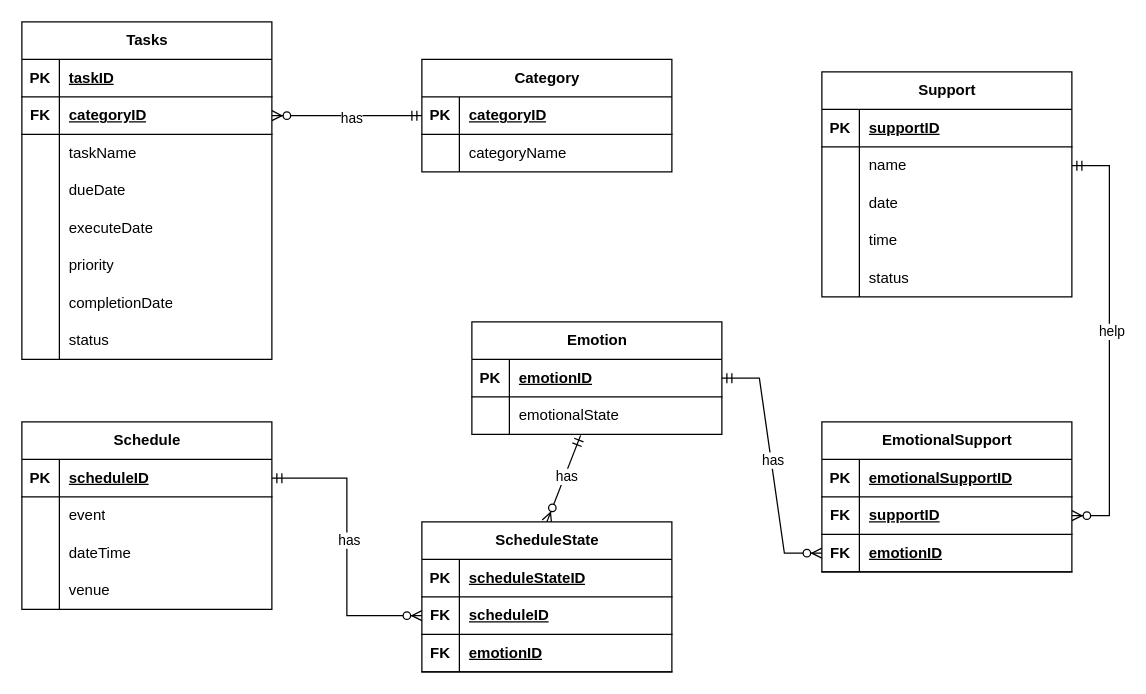
Above: Database Structure.drawio in CheyenneChoong/Daily-Management (draw.io), before the change. Source tidied: cells renumbered, new cells numbered last; positions are measured from the earlier drawing's top-left corner, leaving out a move shared by most shapes. Both pictures are drawn from the tidied source at 125%, with x=0, y=0 at pixel (21, 21).
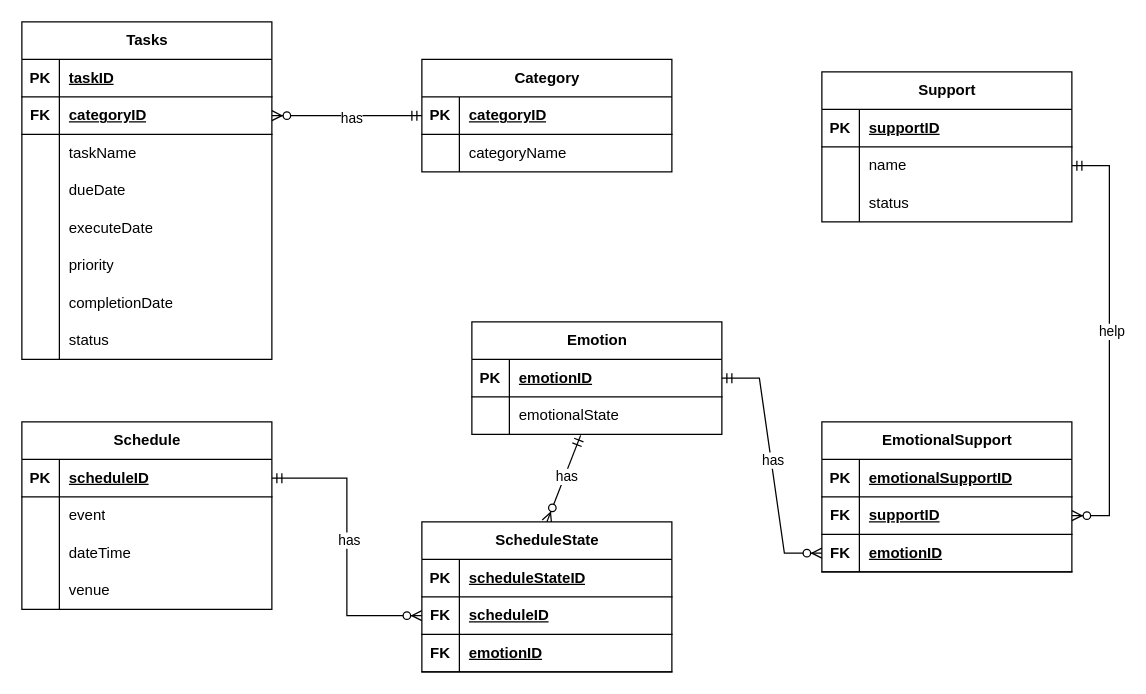
The same diagram, later.

What changed in the source:
```diff
@@
     <mxCell id="68" value="Support" style="shape=table;startSize=30;childLayout=tableLayout;rowLines=0;fontStyle=1;align=center;html=1;" parent="1" vertex="1">
-      <mxGeometry x="640" y="40" width="200" height="180" as="geometry" />
+      <mxGeometry x="640" y="40" width="200" height="120" as="geometry" />
     </mxCell>
@@
-    <mxCell id="75" style="shape=tableRow;horizontal=0;startSize=0;swimlaneHead=0;swimlaneBody=0;fillColor=none;top=0;left=0;right=0;bottom=0;" parent="68" vertex="1">
-      <mxGeometry y="90" width="200" height="30" as="geometry" />
-    </mxCell>
-    <mxCell id="76" style="shape=partialRectangle;fillColor=none;top=0;left=0;bottom=0;right=0;overflow=hidden;whiteSpace=wrap;html=1;" parent="75" vertex="1">
-      <mxGeometry width="30" height="30" as="geometry" />
-    </mxCell>
-    <mxCell id="77" value="date" style="shape=partialRectangle;fillColor=none;top=0;left=0;bottom=0;right=0;align=left;spacingLeft=6;overflow=hidden;whiteSpace=wrap;html=1;" parent="75" vertex="1">
-      <mxGeometry x="30" width="170" height="30" as="geometry" />
-    </mxCell>
-    <mxCell id="78" style="shape=tableRow;horizontal=0;startSize=0;swimlaneHead=0;swimlaneBody=0;fillColor=none;top=0;left=0;right=0;bottom=0;" parent="68" vertex="1">
-      <mxGeometry y="120" width="200" height="30" as="geometry" />
-    </mxCell>
-    <mxCell id="79" style="shape=partialRectangle;fillColor=none;top=0;left=0;bottom=0;right=0;overflow=hidden;whiteSpace=wrap;html=1;" parent="78" vertex="1">
-      <mxGeometry width="30" height="30" as="geometry" />
-    </mxCell>
-    <mxCell id="80" value="time" style="shape=partialRectangle;fillColor=none;top=0;left=0;bottom=0;right=0;align=left;spacingLeft=6;overflow=hidden;whiteSpace=wrap;html=1;" parent="78" vertex="1">
-      <mxGeometry x="30" width="170" height="30" as="geometry" />
-    </mxCell>
     <mxCell id="81" style="shape=tableRow;horizontal=0;startSize=0;swimlaneHead=0;swimlaneBody=0;fillColor=none;top=0;left=0;right=0;bottom=0;" parent="68" vertex="1">
-      <mxGeometry y="150" width="200" height="30" as="geometry" />
+      <mxGeometry y="90" width="200" height="30" as="geometry" />
     </mxCell>
```
